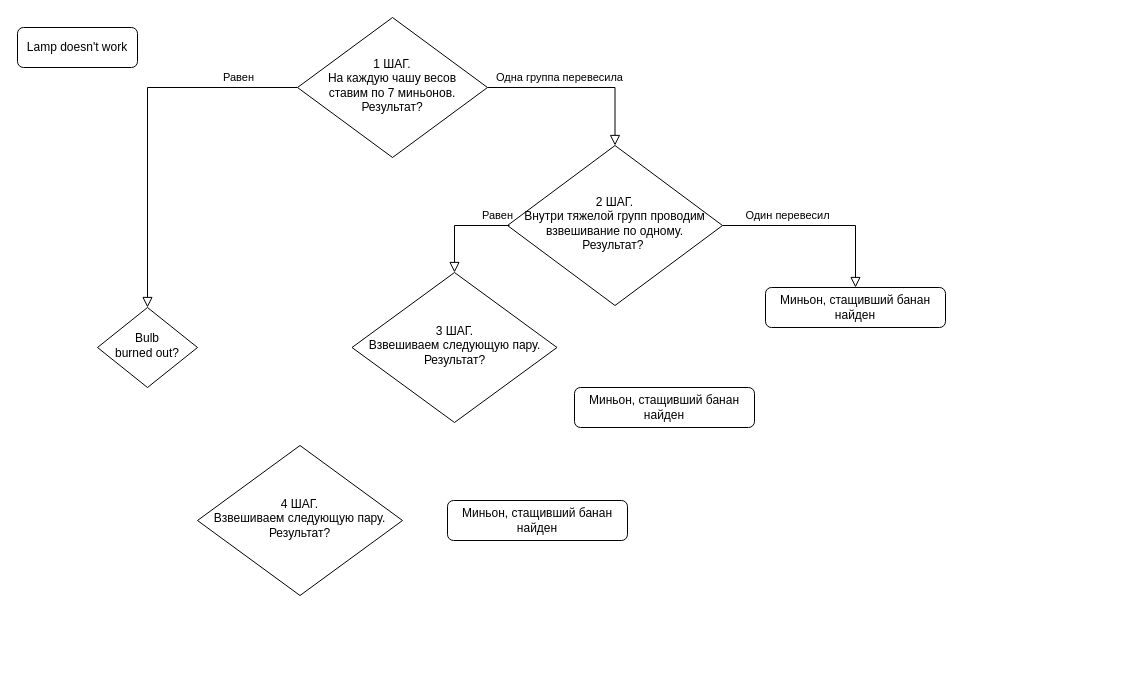
Before: Диаграмма без названия.drawio in Tema-sudo/OTUS_DC_network_design, a draw.io diagram. Source tidied: cells renumbered, new cells numbered last; positions are measured from the earlier drawing's top-left corner, leaving out a move shared by most shapes. Both pictures are drawn from the tidied source at 100%, with x=0, y=0 at pixel (17, 17).
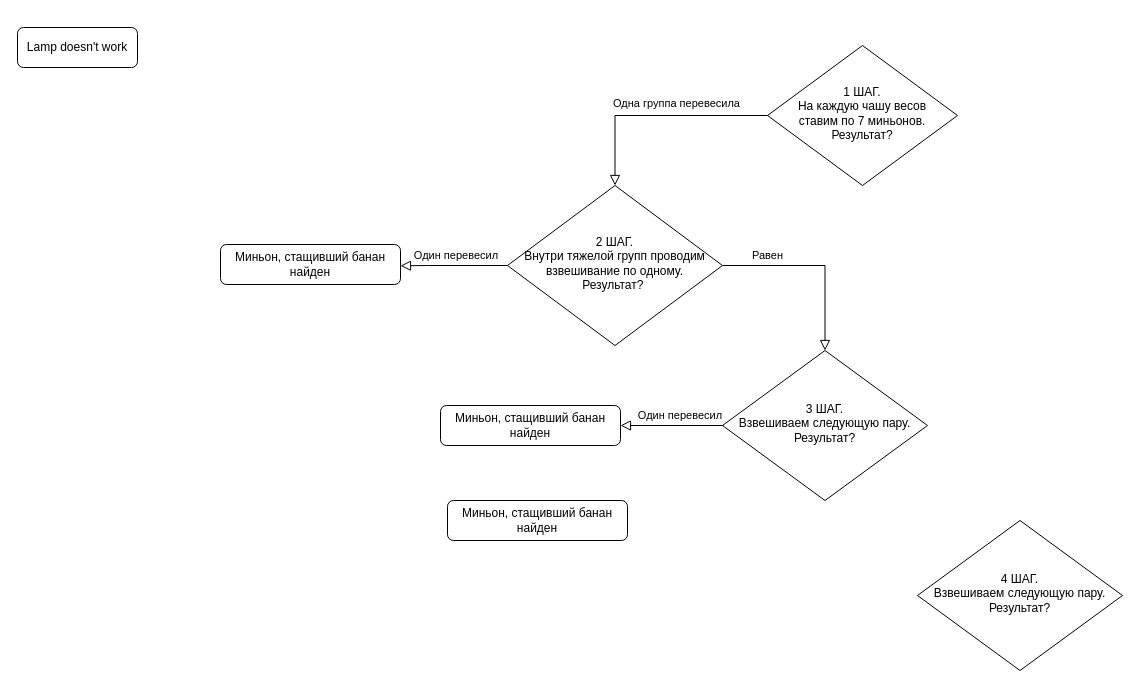
The same diagram, later.

Change to the diagram source:
```diff
@@
 <mxGraphModel>
   <root>
     <mxCell id="0" />
     <mxCell id="1" parent="0" />
     <mxCell id="2" value="Lamp doesn't work" style="rounded=1;whiteSpace=wrap;html=1;fontSize=12;glass=0;strokeWidth=1;shadow=0;" parent="1" vertex="1">
       <mxGeometry y="10" width="120" height="40" as="geometry" />
     </mxCell>
-    <mxCell id="3" value="Равен" style="rounded=0;html=1;jettySize=auto;fontSize=11;endArrow=block;endFill=0;endSize=8;strokeWidth=1;shadow=0;labelBackgroundColor=none;edgeStyle=orthogonalEdgeStyle;" parent="1" edge="1" source="5" target="6">
-      <mxGeometry x="-0.68" y="-10" relative="1" as="geometry" />
-    </mxCell>
-    <mxCell id="4" value="Одна группа перевесила" style="edgeStyle=orthogonalEdgeStyle;rounded=0;html=1;jettySize=auto;fontSize=11;endArrow=block;endFill=0;endSize=8;strokeWidth=1;shadow=0;labelBackgroundColor=none;entryX=0.5;entryY=0;entryDx=0;entryDy=0;" parent="1" edge="1" source="5" target="8">
-      <mxGeometry x="-0.22" y="10" relative="1" as="geometry">
+    <mxCell id="4" value="Одна группа перевесила" style="edgeStyle=orthogonalEdgeStyle;rounded=0;html=1;jettySize=auto;fontSize=11;endArrow=block;endFill=0;endSize=8;strokeWidth=1;shadow=0;labelBackgroundColor=none;entryX=0.5;entryY=0;entryDx=0;entryDy=0;exitX=0;exitY=0.5;exitDx=0;exitDy=0;" parent="1" edge="1" source="5" target="8">
+      <mxGeometry x="-0.18" y="-12" relative="1" as="geometry">
         <Array as="points">
-          <mxPoint x="598" y="70" />
-          <mxPoint x="598" y="128" />
+          <mxPoint x="597" y="98" />
         </Array>
       </mxGeometry>
     </mxCell>
     <mxCell id="5" value="1 ШАГ. &lt;br&gt;На каждую чашу весов&lt;br&gt;ставим по 7 миньонов.&lt;br&gt;Результат?" style="rhombus;whiteSpace=wrap;html=1;shadow=0;fontFamily=Helvetica;fontSize=12;align=center;strokeWidth=1;spacing=6;spacingTop=-4;" parent="1" vertex="1">
-      <mxGeometry x="280" width="190" height="140" as="geometry" />
+      <mxGeometry x="750" y="28" width="190" height="140" as="geometry" />
     </mxCell>
-    <mxCell id="6" value="Bulb&lt;br&gt;burned out?" style="rhombus;whiteSpace=wrap;html=1;shadow=0;fontFamily=Helvetica;fontSize=12;align=center;strokeWidth=1;spacing=6;spacingTop=-4;" parent="1" vertex="1">
-      <mxGeometry x="80" y="290" width="100" height="80" as="geometry" />
-    </mxCell>
     <mxCell id="7" value="Миньон, стащивший банан найден" style="rounded=1;whiteSpace=wrap;html=1;fontSize=12;glass=0;strokeWidth=1;shadow=0;" parent="1" vertex="1">
-      <mxGeometry x="748" y="270" width="180" height="40" as="geometry" />
+      <mxGeometry x="203" y="227" width="180" height="40" as="geometry" />
     </mxCell>
     <mxCell id="8" value="2 ШАГ.&lt;br style=&quot;border-color: var(--border-color);&quot;&gt;&lt;span style=&quot;border-color: var(--border-color);&quot;&gt;Внутри тяжелой групп проводим взвешивание по одному.&lt;br&gt;Результат?&amp;nbsp;&lt;/span&gt;" style="rhombus;whiteSpace=wrap;html=1;shadow=0;fontFamily=Helvetica;fontSize=12;align=center;strokeWidth=1;spacing=6;spacingTop=-4;" parent="1" vertex="1">
-      <mxGeometry x="490" y="128" width="215" height="160" as="geometry" />
+      <mxGeometry x="490" y="168" width="215" height="160" as="geometry" />
     </mxCell>
-    <mxCell id="9" value="Равен" style="rounded=0;html=1;jettySize=auto;fontSize=11;endArrow=block;endFill=0;endSize=8;strokeWidth=1;shadow=0;labelBackgroundColor=none;edgeStyle=orthogonalEdgeStyle;exitX=0;exitY=0.5;exitDx=0;exitDy=0;entryX=0.5;entryY=0;entryDx=0;entryDy=0;" parent="1" edge="1" target="11">
-      <mxGeometry x="-0.77" y="-10" relative="1" as="geometry">
-        <mxPoint x="492" y="208" as="sourcePoint" />
-        <Array as="points">
-          <mxPoint x="437" y="208" />
-        </Array>
-      </mxGeometry>
-    </mxCell>
-    <mxCell id="10" value="Один перевесил" style="edgeStyle=orthogonalEdgeStyle;rounded=0;html=1;jettySize=auto;fontSize=11;endArrow=block;endFill=0;endSize=8;strokeWidth=1;shadow=0;labelBackgroundColor=none;entryX=0.5;entryY=0;entryDx=0;entryDy=0;exitX=1;exitY=0.5;exitDx=0;exitDy=0;" parent="1" edge="1" source="8" target="7">
-      <mxGeometry x="-0.33" y="10" relative="1" as="geometry">
-        <Array as="points">
-          <mxPoint x="838" y="208" />
-        </Array>
-      </mxGeometry>
-    </mxCell>
     <mxCell id="11" value="3 ШАГ. &lt;br&gt;Взвешиваем следующую пару.&lt;br&gt;Результат?" style="rhombus;whiteSpace=wrap;html=1;shadow=0;fontFamily=Helvetica;fontSize=12;align=center;strokeWidth=1;spacing=6;spacingTop=-4;" parent="1" vertex="1">
-      <mxGeometry x="334.5" y="255" width="205" height="150" as="geometry" />
+      <mxGeometry x="705" y="333" width="205" height="150" as="geometry" />
     </mxCell>
     <mxCell id="12" value="4 ШАГ. &lt;br&gt;Взвешиваем следующую пару.&lt;br&gt;Результат?" style="rhombus;whiteSpace=wrap;html=1;shadow=0;fontFamily=Helvetica;fontSize=12;align=center;strokeWidth=1;spacing=6;spacingTop=-4;" parent="1" vertex="1">
-      <mxGeometry x="180" y="428" width="205" height="150" as="geometry" />
+      <mxGeometry x="900" y="503" width="205" height="150" as="geometry" />
     </mxCell>
     <mxCell id="13" value="Миньон, стащивший банан найден" style="rounded=1;whiteSpace=wrap;html=1;fontSize=12;glass=0;strokeWidth=1;shadow=0;" parent="1" vertex="1">
-      <mxGeometry x="557" y="370" width="180" height="40" as="geometry" />
+      <mxGeometry x="423" y="388" width="180" height="40" as="geometry" />
     </mxCell>
     <mxCell id="14" value="Миньон, стащивший банан найден" style="rounded=1;whiteSpace=wrap;html=1;fontSize=12;glass=0;strokeWidth=1;shadow=0;" parent="1" vertex="1">
       <mxGeometry x="430" y="483" width="180" height="40" as="geometry" />
     </mxCell>
+    <mxCell id="10" value="Один перевесил&amp;nbsp;" style="edgeStyle=orthogonalEdgeStyle;rounded=0;html=1;jettySize=auto;fontSize=11;endArrow=block;endFill=0;endSize=8;strokeWidth=1;shadow=0;labelBackgroundColor=none;entryX=1;entryY=0.533;entryDx=0;entryDy=0;exitX=0;exitY=0.5;exitDx=0;exitDy=0;entryPerimeter=0;" parent="1" edge="1" source="8" target="7">
+      <mxGeometry x="-0.07" y="-10" relative="1" as="geometry">
+        <Array as="points">
+          <mxPoint x="410" y="248" />
+          <mxPoint x="410" y="249" />
+        </Array>
+      </mxGeometry>
+    </mxCell>
+    <mxCell id="15" value="Равен" style="edgeStyle=orthogonalEdgeStyle;rounded=0;html=1;jettySize=auto;fontSize=11;endArrow=block;endFill=0;endSize=8;strokeWidth=1;shadow=0;labelBackgroundColor=none;entryX=0.5;entryY=0;entryDx=0;entryDy=0;exitX=1;exitY=0.5;exitDx=0;exitDy=0;" parent="1" edge="1" source="8" target="11">
+      <mxGeometry x="-0.52" y="10" relative="1" as="geometry">
+        <Array as="points">
+          <mxPoint x="808" y="248" />
+        </Array>
+      </mxGeometry>
+    </mxCell>
+    <mxCell id="16" value="Один перевесил&amp;nbsp;" style="edgeStyle=orthogonalEdgeStyle;rounded=0;html=1;jettySize=auto;fontSize=11;endArrow=block;endFill=0;endSize=8;strokeWidth=1;shadow=0;labelBackgroundColor=none;entryX=1;entryY=0.5;entryDx=0;entryDy=0;exitX=0.005;exitY=0.499;exitDx=0;exitDy=0;exitPerimeter=0;" parent="1" edge="1" source="11" target="13">
+      <mxGeometry x="-0.19" y="-10" relative="1" as="geometry">
+        <Array as="points">
+          <mxPoint x="705" y="408" />
+          <mxPoint x="566" y="407" />
+        </Array>
+      </mxGeometry>
+    </mxCell>
   </root>
 </mxGraphModel>
```
